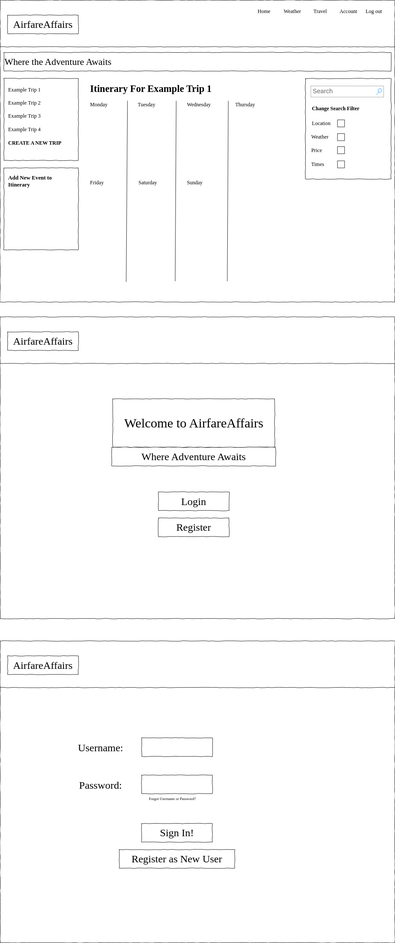
Before: Documentation/Project Wireframe.svg, a diagram exported from draw.io (owal7428/CSCI-3308-Group-5-Project). Source tidied: cells renumbered, new cells last; positions are measured from the earlier drawing's top-left corner, leaving out a move shared by most shapes.
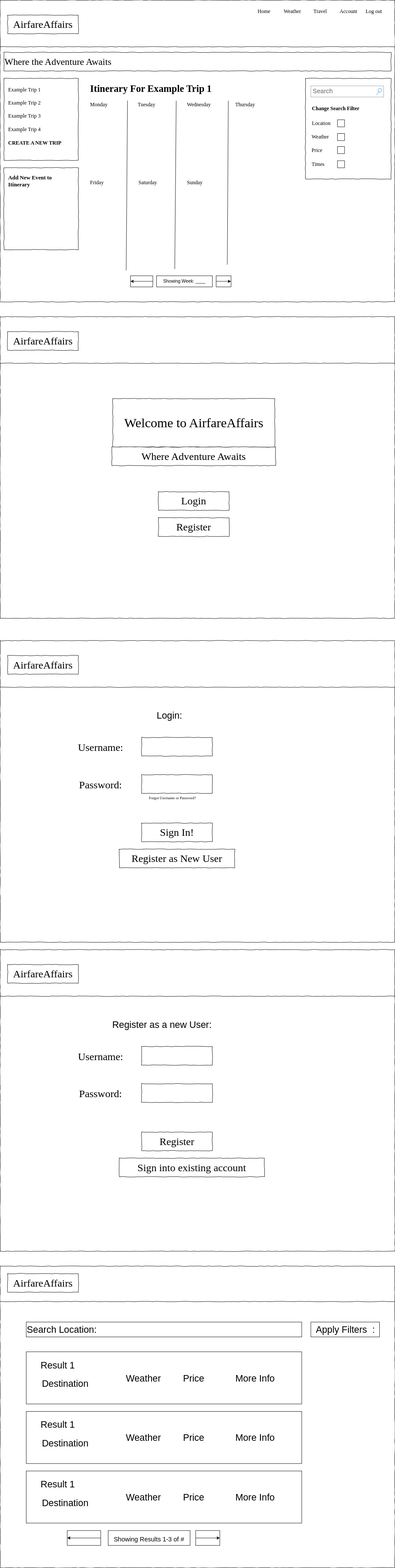
After the commit.

Commit message:
Added registration and search

What changed in the source:
```diff
@@ -33,7 +33,7 @@
       <mxGeometry x="760" y="20" width="60" height="20" as="geometry" />
     </mxCell>
     <mxCell id="12" style="verticalLabelPosition=bottom;shadow=0;dashed=0;align=center;html=1;verticalAlign=top;strokeWidth=1;shape=mxgraph.mockup.graphics.simpleIcon;strokeColor=none;rounded=0;labelBackgroundColor=none;fontFamily=Verdana;fontSize=14;fontColor=#000000;comic=1;" parent="1" vertex="1">
-      <mxGeometry x="230" y="210" width="580" height="540" as="geometry" />
+      <mxGeometry x="230" y="210" width="580" height="510" as="geometry" />
     </mxCell>
     <mxCell id="13" style="whiteSpace=wrap;html=1;rounded=0;shadow=0;labelBackgroundColor=none;strokeWidth=1;fillColor=none;fontFamily=Verdana;fontSize=12;align=center;comic=1;" parent="1" vertex="1">
       <mxGeometry x="820" y="210" width="230" height="270" as="geometry" />
@@ -116,15 +116,14 @@
     <mxCell id="39" style="endArrow=none;html=1;rounded=0;fontSize=26;entryX=0.6;entryY=-0.025;entryDx=0;entryDy=0;entryPerimeter=0;exitX=0.187;exitY=1.011;exitDx=0;exitDy=0;exitPerimeter=0;" parent="1" edge="1" source="12" target="38">
       <mxGeometry relative="1" as="geometry" />
     </mxCell>
-    <mxCell id="40" style="endArrow=none;html=1;rounded=0;fontSize=26;exitX=0.159;exitY=1.008;exitDx=0;exitDy=0;exitPerimeter=0;entryX=0.5;entryY=0;entryDx=0;entryDy=0;entryPerimeter=0;" parent="1" edge="1">
+    <mxCell id="40" style="endArrow=none;html=1;rounded=0;fontSize=26;entryX=0.5;entryY=0;entryDx=0;entryDy=0;entryPerimeter=0;" parent="1" edge="1">
       <mxGeometry relative="1" as="geometry">
-        <mxPoint x="610" y="754.3" as="sourcePoint" />
+        <mxPoint x="610" y="710" as="sourcePoint" />
         <mxPoint x="612.8" y="270" as="targetPoint" />
       </mxGeometry>
     </mxCell>
-    <mxCell id="41" style="endArrow=none;html=1;rounded=0;fontSize=26;exitX=0.159;exitY=1.008;exitDx=0;exitDy=0;exitPerimeter=0;entryX=0.5;entryY=0;entryDx=0;entryDy=0;entryPerimeter=0;" parent="1" edge="1">
+    <mxCell id="41" style="endArrow=none;html=1;rounded=0;fontSize=26;entryX=0.5;entryY=0;entryDx=0;entryDy=0;entryPerimeter=0;exitX=0.412;exitY=1.004;exitDx=0;exitDy=0;exitPerimeter=0;" parent="1" edge="1" source="12">
       <mxGeometry relative="1" as="geometry">
-        <mxPoint x="470" y="754.3" as="sourcePoint" />
         <mxPoint x="472.8" y="270" as="targetPoint" />
       </mxGeometry>
     </mxCell>
@@ -182,5 +181,137 @@
     <mxCell id="59" value="Register as New User" style="whiteSpace=wrap;html=1;rounded=0;shadow=0;labelBackgroundColor=none;strokeWidth=1;fontFamily=Verdana;fontSize=28;align=center;comic=1;" parent="1" vertex="1">
       <mxGeometry x="320" y="2280" width="310" height="50" as="geometry" />
     </mxCell>
+    <mxCell id="60" value="Showing Week: ____" style="rounded=0;whiteSpace=wrap;html=1;" parent="1" vertex="1">
+      <mxGeometry x="420" y="740" width="150" height="30" as="geometry" />
+    </mxCell>
+    <mxCell id="61" style="rounded=0;whiteSpace=wrap;html=1;" parent="1" vertex="1">
+      <mxGeometry x="580" y="740" width="40" height="30" as="geometry" />
+    </mxCell>
+    <mxCell id="62" style="endArrow=classic;html=1;rounded=0;entryX=1;entryY=0.5;entryDx=0;entryDy=0;exitX=0;exitY=0.5;exitDx=0;exitDy=0;" parent="1" edge="1" source="61" target="61">
+      <mxGeometry relative="1" as="geometry" />
+    </mxCell>
+    <mxCell id="63" style="rounded=0;whiteSpace=wrap;html=1;" parent="1" vertex="1">
+      <mxGeometry x="350" y="740" width="60" height="30" as="geometry" />
+    </mxCell>
+    <mxCell id="64" style="endArrow=classic;html=1;rounded=0;entryX=0;entryY=0.5;entryDx=0;entryDy=0;exitX=1;exitY=0.5;exitDx=0;exitDy=0;" parent="1" edge="1" source="63" target="63">
+      <mxGeometry relative="1" as="geometry" />
+    </mxCell>
+    <mxCell id="65" style="whiteSpace=wrap;html=1;rounded=0;shadow=0;labelBackgroundColor=none;strokeColor=#000000;strokeWidth=1;fillColor=none;fontFamily=Verdana;fontSize=12;fontColor=#000000;align=center;comic=1;" parent="1" vertex="1">
+      <mxGeometry y="2550" width="1060" height="810" as="geometry" />
+    </mxCell>
+    <mxCell id="66" value="AirfareAffairs" style="whiteSpace=wrap;html=1;rounded=0;shadow=0;labelBackgroundColor=none;strokeWidth=1;fontFamily=Verdana;fontSize=28;align=center;comic=1;" parent="1" vertex="1">
+      <mxGeometry x="20" y="2590" width="190" height="50" as="geometry" />
+    </mxCell>
+    <mxCell id="67" style="line;strokeWidth=1;html=1;rounded=0;shadow=0;labelBackgroundColor=none;fillColor=none;fontFamily=Verdana;fontSize=14;fontColor=#000000;align=center;comic=1;" parent="1" vertex="1">
+      <mxGeometry y="2670" width="1060" height="10" as="geometry" />
+    </mxCell>
+    <mxCell id="68" style="whiteSpace=wrap;html=1;rounded=0;shadow=0;labelBackgroundColor=none;strokeWidth=1;fontFamily=Verdana;fontSize=28;align=center;comic=1;" parent="1" vertex="1">
+      <mxGeometry x="380" y="2910" width="190" height="50" as="geometry" />
+    </mxCell>
+    <mxCell id="69" style="whiteSpace=wrap;html=1;rounded=0;shadow=0;labelBackgroundColor=none;strokeWidth=1;fontFamily=Verdana;fontSize=28;align=center;comic=1;" parent="1" vertex="1">
+      <mxGeometry x="380" y="2810" width="190" height="50" as="geometry" />
+    </mxCell>
+    <mxCell id="70" value="&lt;font style=&quot;font-size: 28px;&quot; face=&quot;Verdana&quot;&gt;Username:&lt;/font&gt;" style="text;html=1;strokeColor=none;fillColor=none;align=center;verticalAlign=middle;whiteSpace=wrap;rounded=0;fontSize=34;" parent="1" vertex="1">
+      <mxGeometry x="220" y="2820" width="100" height="30" as="geometry" />
+    </mxCell>
+    <mxCell id="71" value="&lt;font style=&quot;font-size: 28px;&quot; face=&quot;Verdana&quot;&gt;Password:&lt;/font&gt;" style="text;html=1;strokeColor=none;fillColor=none;align=center;verticalAlign=middle;whiteSpace=wrap;rounded=0;fontSize=34;" parent="1" vertex="1">
+      <mxGeometry x="220" y="2920" width="100" height="30" as="geometry" />
+    </mxCell>
+    <mxCell id="72" value="Register" style="whiteSpace=wrap;html=1;rounded=0;shadow=0;labelBackgroundColor=none;strokeWidth=1;fontFamily=Verdana;fontSize=28;align=center;comic=1;" parent="1" vertex="1">
+      <mxGeometry x="380" y="3040" width="190" height="50" as="geometry" />
+    </mxCell>
+    <mxCell id="73" value="Sign into existing account" style="whiteSpace=wrap;html=1;rounded=0;shadow=0;labelBackgroundColor=none;strokeWidth=1;fontFamily=Verdana;fontSize=28;align=center;comic=1;" parent="1" vertex="1">
+      <mxGeometry x="320" y="3110" width="390" height="50" as="geometry" />
+    </mxCell>
+    <mxCell id="74" value="&lt;font style=&quot;font-size: 25px;&quot;&gt;Register as a new User:&lt;/font&gt;" style="text;html=1;strokeColor=none;fillColor=none;align=center;verticalAlign=middle;whiteSpace=wrap;rounded=0;" parent="1" vertex="1">
+      <mxGeometry x="260" y="2720" width="350" height="60" as="geometry" />
+    </mxCell>
+    <mxCell id="75" value="&lt;font style=&quot;font-size: 25px;&quot;&gt;Login:&lt;/font&gt;" style="text;html=1;strokeColor=none;fillColor=none;align=center;verticalAlign=middle;whiteSpace=wrap;rounded=0;" parent="1" vertex="1">
+      <mxGeometry x="280" y="1890" width="350" height="60" as="geometry" />
+    </mxCell>
+    <mxCell id="76" style="whiteSpace=wrap;html=1;rounded=0;shadow=0;labelBackgroundColor=none;strokeColor=#000000;strokeWidth=1;fillColor=none;fontFamily=Verdana;fontSize=12;fontColor=#000000;align=center;comic=1;" parent="1" vertex="1">
+      <mxGeometry y="3400" width="1060" height="810" as="geometry" />
+    </mxCell>
+    <mxCell id="77" style="line;strokeWidth=1;html=1;rounded=0;shadow=0;labelBackgroundColor=none;fillColor=none;fontFamily=Verdana;fontSize=14;fontColor=#000000;align=center;comic=1;" parent="1" vertex="1">
+      <mxGeometry y="3490" width="1060" height="10" as="geometry" />
+    </mxCell>
+    <mxCell id="78" value="AirfareAffairs" style="whiteSpace=wrap;html=1;rounded=0;shadow=0;labelBackgroundColor=none;strokeWidth=1;fontFamily=Verdana;fontSize=28;align=center;comic=1;" parent="1" vertex="1">
+      <mxGeometry x="20" y="3420" width="190" height="50" as="geometry" />
+    </mxCell>
+    <mxCell id="79" value="Search Location:" style="rounded=0;whiteSpace=wrap;html=1;fontSize=25;align=left;" parent="1" vertex="1">
+      <mxGeometry x="70" y="3550" width="740" height="40" as="geometry" />
+    </mxCell>
+    <mxCell id="80" value="Apply Filters&amp;nbsp; :" style="rounded=0;whiteSpace=wrap;html=1;fontSize=25;" parent="1" vertex="1">
+      <mxGeometry x="834.5" y="3550" width="184.5" height="40" as="geometry" />
+    </mxCell>
+    <mxCell id="81" style="rounded=0;whiteSpace=wrap;html=1;fontSize=25;" parent="1" vertex="1">
+      <mxGeometry x="70" y="3630" width="740" height="140" as="geometry" />
+    </mxCell>
+    <mxCell id="82" value="Result 1" style="text;html=1;strokeColor=none;fillColor=none;align=center;verticalAlign=middle;whiteSpace=wrap;rounded=0;fontSize=25;" parent="1" vertex="1">
+      <mxGeometry x="90" y="3650" width="130" height="30" as="geometry" />
+    </mxCell>
+    <mxCell id="83" value="Destination" style="text;html=1;strokeColor=none;fillColor=none;align=center;verticalAlign=middle;whiteSpace=wrap;rounded=0;fontSize=25;" parent="1" vertex="1">
+      <mxGeometry x="100" y="3700" width="150" height="30" as="geometry" />
+    </mxCell>
+    <mxCell id="84" value="Weather" style="text;html=1;strokeColor=none;fillColor=none;align=center;verticalAlign=middle;whiteSpace=wrap;rounded=0;fontSize=25;" parent="1" vertex="1">
+      <mxGeometry x="320" y="3685" width="130" height="30" as="geometry" />
+    </mxCell>
+    <mxCell id="85" value="Price" style="text;html=1;strokeColor=none;fillColor=none;align=center;verticalAlign=middle;whiteSpace=wrap;rounded=0;fontSize=25;" parent="1" vertex="1">
+      <mxGeometry x="480" y="3685" width="80" height="30" as="geometry" />
+    </mxCell>
+    <mxCell id="86" value="More Info" style="text;html=1;strokeColor=none;fillColor=none;align=center;verticalAlign=middle;whiteSpace=wrap;rounded=0;fontSize=25;" parent="1" vertex="1">
+      <mxGeometry x="610" y="3685" width="150" height="30" as="geometry" />
+    </mxCell>
+    <mxCell id="87" style="rounded=0;whiteSpace=wrap;html=1;fontSize=25;" parent="1" vertex="1">
+      <mxGeometry x="70" y="3790" width="740" height="140" as="geometry" />
+    </mxCell>
+    <mxCell id="88" value="Result 1" style="text;html=1;strokeColor=none;fillColor=none;align=center;verticalAlign=middle;whiteSpace=wrap;rounded=0;fontSize=25;" parent="1" vertex="1">
+      <mxGeometry x="90" y="3810" width="130" height="30" as="geometry" />
+    </mxCell>
+    <mxCell id="89" value="Destination" style="text;html=1;strokeColor=none;fillColor=none;align=center;verticalAlign=middle;whiteSpace=wrap;rounded=0;fontSize=25;" parent="1" vertex="1">
+      <mxGeometry x="100" y="3860" width="150" height="30" as="geometry" />
+    </mxCell>
+    <mxCell id="90" value="Weather" style="text;html=1;strokeColor=none;fillColor=none;align=center;verticalAlign=middle;whiteSpace=wrap;rounded=0;fontSize=25;" parent="1" vertex="1">
+      <mxGeometry x="320" y="3845" width="130" height="30" as="geometry" />
+    </mxCell>
+    <mxCell id="91" value="Price" style="text;html=1;strokeColor=none;fillColor=none;align=center;verticalAlign=middle;whiteSpace=wrap;rounded=0;fontSize=25;" parent="1" vertex="1">
+      <mxGeometry x="480" y="3845" width="80" height="30" as="geometry" />
+    </mxCell>
+    <mxCell id="92" value="More Info" style="text;html=1;strokeColor=none;fillColor=none;align=center;verticalAlign=middle;whiteSpace=wrap;rounded=0;fontSize=25;" parent="1" vertex="1">
+      <mxGeometry x="610" y="3845" width="150" height="30" as="geometry" />
+    </mxCell>
+    <mxCell id="93" style="rounded=0;whiteSpace=wrap;html=1;fontSize=25;" parent="1" vertex="1">
+      <mxGeometry x="70" y="3950" width="740" height="140" as="geometry" />
+    </mxCell>
+    <mxCell id="94" value="Result 1" style="text;html=1;strokeColor=none;fillColor=none;align=center;verticalAlign=middle;whiteSpace=wrap;rounded=0;fontSize=25;" parent="1" vertex="1">
+      <mxGeometry x="90" y="3970" width="130" height="30" as="geometry" />
+    </mxCell>
+    <mxCell id="95" value="Destination" style="text;html=1;strokeColor=none;fillColor=none;align=center;verticalAlign=middle;whiteSpace=wrap;rounded=0;fontSize=25;" parent="1" vertex="1">
+      <mxGeometry x="100" y="4020" width="150" height="30" as="geometry" />
+    </mxCell>
+    <mxCell id="96" value="Weather" style="text;html=1;strokeColor=none;fillColor=none;align=center;verticalAlign=middle;whiteSpace=wrap;rounded=0;fontSize=25;" parent="1" vertex="1">
+      <mxGeometry x="320" y="4005" width="130" height="30" as="geometry" />
+    </mxCell>
+    <mxCell id="97" value="Price" style="text;html=1;strokeColor=none;fillColor=none;align=center;verticalAlign=middle;whiteSpace=wrap;rounded=0;fontSize=25;" parent="1" vertex="1">
+      <mxGeometry x="480" y="4005" width="80" height="30" as="geometry" />
+    </mxCell>
+    <mxCell id="98" value="More Info" style="text;html=1;strokeColor=none;fillColor=none;align=center;verticalAlign=middle;whiteSpace=wrap;rounded=0;fontSize=25;" parent="1" vertex="1">
+      <mxGeometry x="610" y="4005" width="150" height="30" as="geometry" />
+    </mxCell>
+    <mxCell id="99" value="&lt;font style=&quot;font-size: 17px;&quot;&gt;Showing Results 1-3 of #&lt;/font&gt;" style="rounded=0;whiteSpace=wrap;html=1;fontSize=25;" parent="1" vertex="1">
+      <mxGeometry x="290" y="4110" width="220" height="40" as="geometry" />
+    </mxCell>
+    <mxCell id="100" style="rounded=0;whiteSpace=wrap;html=1;fontSize=17;" parent="1" vertex="1">
+      <mxGeometry x="525" y="4110" width="65" height="40" as="geometry" />
+    </mxCell>
+    <mxCell id="101" style="endArrow=classic;html=1;rounded=0;fontSize=17;entryX=1;entryY=0.5;entryDx=0;entryDy=0;exitX=0;exitY=0.5;exitDx=0;exitDy=0;" parent="1" edge="1" source="100" target="100">
+      <mxGeometry relative="1" as="geometry" />
+    </mxCell>
+    <mxCell id="102" style="rounded=0;whiteSpace=wrap;html=1;fontSize=17;" parent="1" vertex="1">
+      <mxGeometry x="180" y="4110" width="90" height="40" as="geometry" />
+    </mxCell>
+    <mxCell id="103" style="endArrow=classic;html=1;rounded=0;fontSize=17;entryX=0;entryY=0.5;entryDx=0;entryDy=0;exitX=1;exitY=0.5;exitDx=0;exitDy=0;" parent="1" edge="1" source="102" target="102">
+      <mxGeometry relative="1" as="geometry" />
+    </mxCell>
   </root>
 </mxGraphModel>
```
